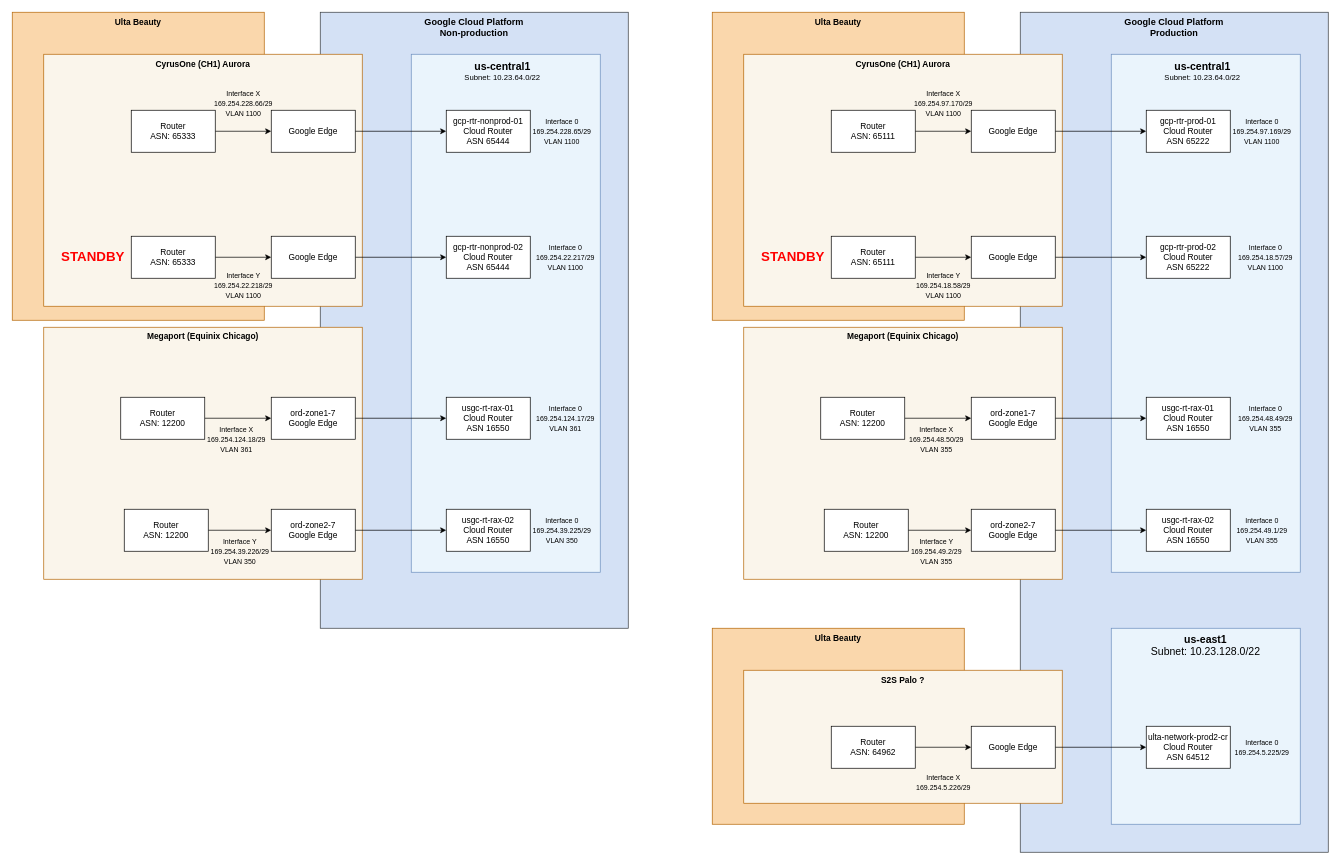
bpayt2/temp keeps this draw.io diagram as images/gcp-net-wan.drawio. Above is the earlier version. Source tidied: cells renumbered, new cells numbered last; positions are measured from the earlier drawing's top-left corner, leaving out a move shared by most shapes. Both pictures are drawn from the tidied source at 70%, with x=0, y=0 at pixel (12, 12).
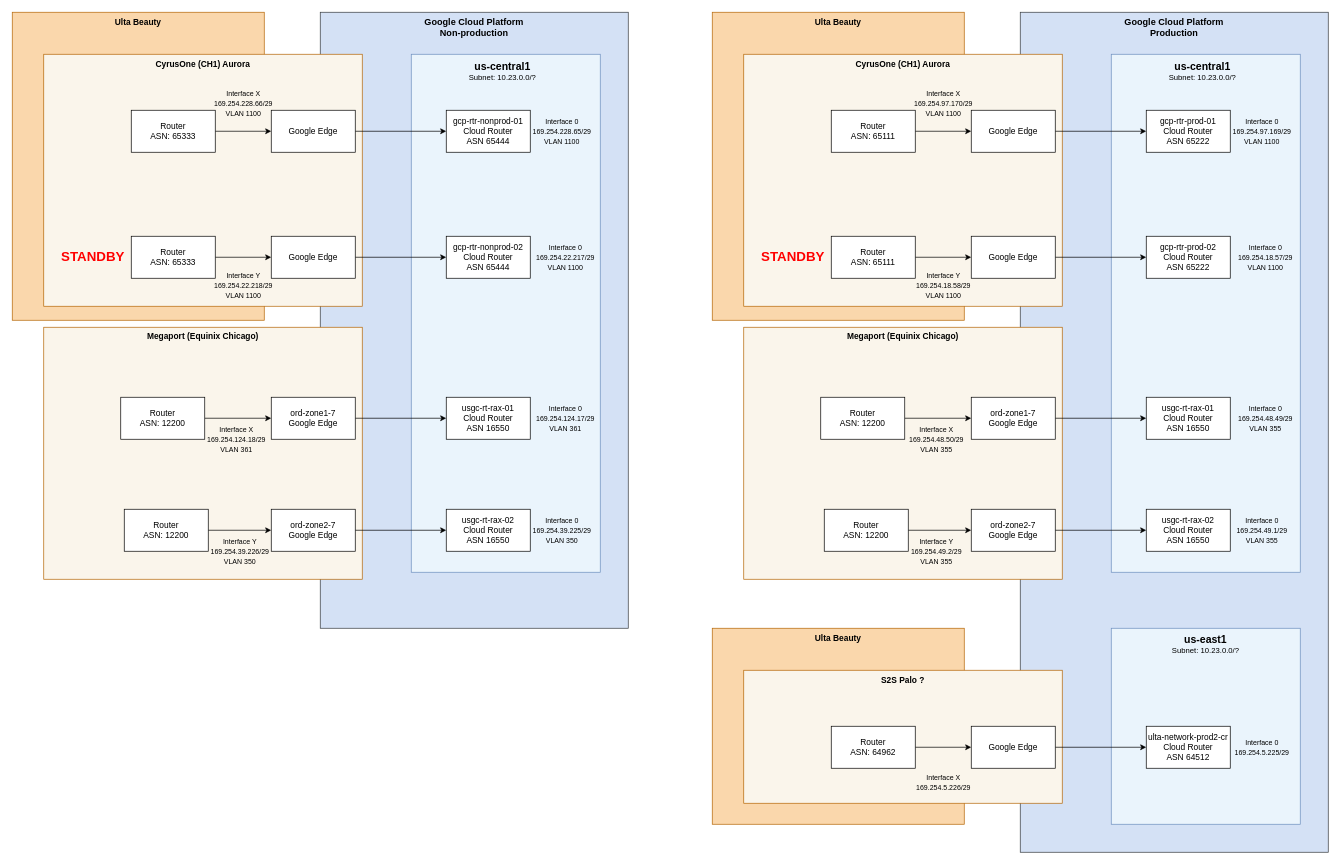
After the change.

Change to the diagram source:
```diff
@@
-    <mxCell id="6" value="&lt;font style=&quot;&quot;&gt;&lt;b style=&quot;font-size: 15px;&quot;&gt;us-central1&lt;/b&gt;&lt;br&gt;&lt;font style=&quot;font-size: 11px;&quot;&gt;Subnet: 10.23.64.0/22&lt;/font&gt;&lt;br&gt;&lt;/font&gt;" style="text;html=1;align=center;verticalAlign=middle;strokeColor=none;fillColor=none;" parent="1" vertex="1">
-      <mxGeometry x="635" y="60" width="130" height="50" as="geometry" />
+    <mxCell id="6" value="&lt;font style=&quot;&quot;&gt;&lt;b style=&quot;font-size: 15px;&quot;&gt;us-central1&lt;/b&gt;&lt;br&gt;&lt;font style=&quot;font-size: 11px;&quot;&gt;Subnet: 10.23.0.0/?&lt;/font&gt;&lt;br&gt;&lt;/font&gt;" style="text;html=1;align=center;verticalAlign=middle;strokeColor=none;fillColor=none;" parent="1" vertex="1">
+      <mxGeometry x="640" y="60" width="120" height="50" as="geometry" />
     </mxCell>
@@
-    <mxCell id="41" value="&lt;font style=&quot;&quot;&gt;&lt;b style=&quot;font-size: 15px;&quot;&gt;us-central1&lt;/b&gt;&lt;br&gt;&lt;font style=&quot;font-size: 11px;&quot;&gt;Subnet: 10.23.64.0/22&lt;/font&gt;&lt;br&gt;&lt;/font&gt;" style="text;html=1;align=center;verticalAlign=middle;strokeColor=none;fillColor=none;" parent="1" vertex="1">
-      <mxGeometry x="1635" y="60" width="130" height="50" as="geometry" />
+    <mxCell id="41" value="&lt;font style=&quot;&quot;&gt;&lt;b style=&quot;font-size: 15px;&quot;&gt;us-central1&lt;/b&gt;&lt;br&gt;&lt;font style=&quot;font-size: 11px;&quot;&gt;Subnet: 10.23.0.0/?&lt;/font&gt;&lt;br&gt;&lt;/font&gt;" style="text;html=1;align=center;verticalAlign=middle;strokeColor=none;fillColor=none;" parent="1" vertex="1">
+      <mxGeometry x="1640" y="60" width="120" height="50" as="geometry" />
     </mxCell>
@@
-    <mxCell id="73" value="&lt;font style=&quot;font-size: 15px;&quot;&gt;&lt;b&gt;us-east1&lt;/b&gt;&lt;br&gt;Subnet: 10.23.128.0/22&lt;/font&gt;" style="rounded=0;whiteSpace=wrap;html=1;fillStyle=auto;fillColor=#EAF4FC;strokeColor=#6c8ebf;verticalAlign=top;" parent="1" vertex="1">
+    <mxCell id="73" value="&lt;font style=&quot;&quot;&gt;&lt;b style=&quot;font-size: 15px;&quot;&gt;us-east1&lt;/b&gt;&lt;br&gt;&lt;font style=&quot;font-size: 11px;&quot;&gt;Subnet: 10.23.0.0/?&lt;/font&gt;&lt;/font&gt;" style="rounded=0;whiteSpace=wrap;html=1;fillStyle=auto;fillColor=#EAF4FC;strokeColor=#6c8ebf;verticalAlign=top;" parent="1" vertex="1">
       <mxGeometry x="1570" y="880" width="270" height="280" as="geometry" />
     </mxCell>
```
